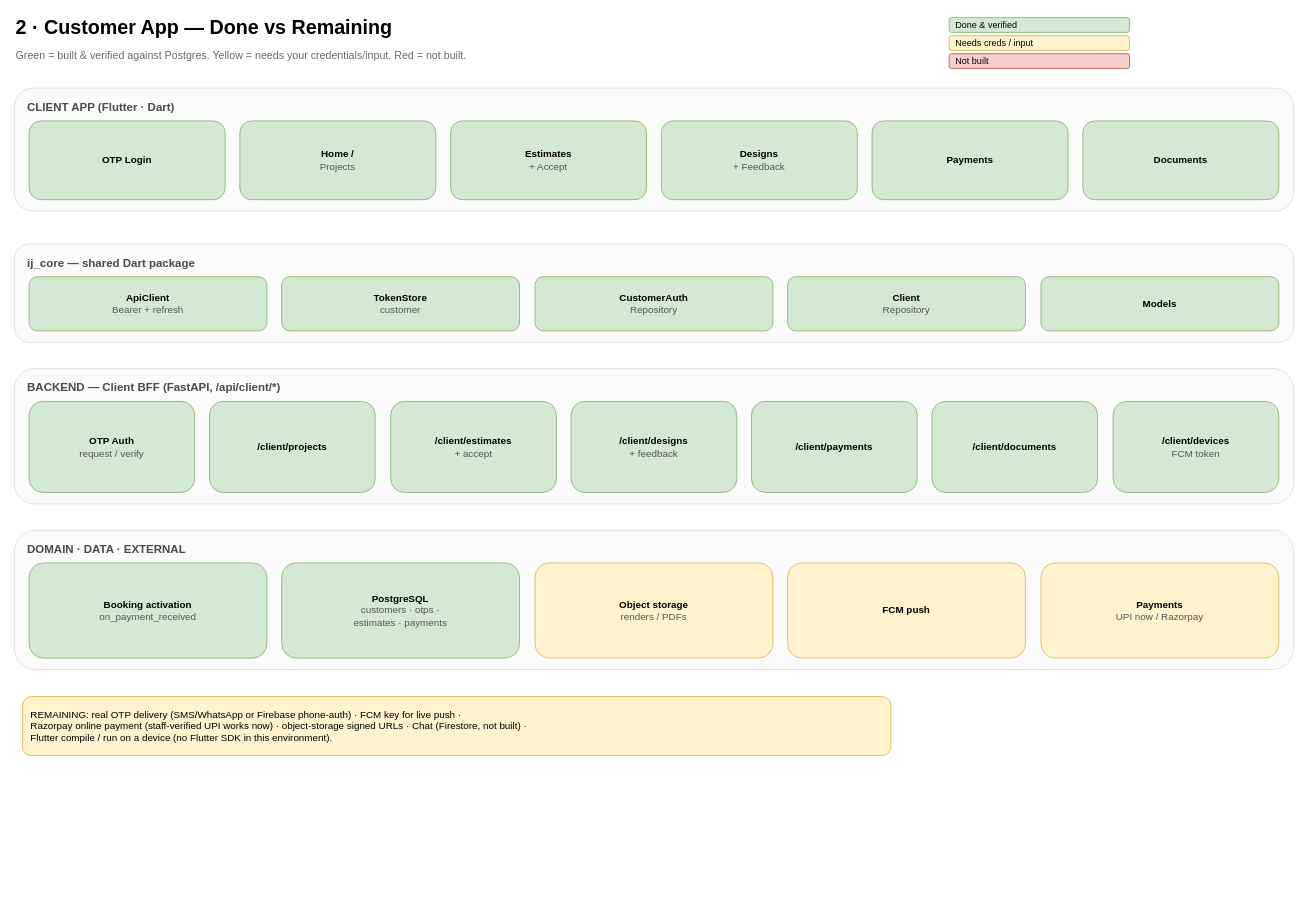
The draw.io diagram docs/mobile-apps/diagrams/2_customer_app_progress.drawio in yogeshpphl01/interio-junction-crm, before the edit. Source tidied: cells renumbered, new cells numbered last; positions are measured from the earlier drawing's top-left corner, leaving out a move shared by most shapes. Both pictures are drawn from the tidied source at 82%, with x=0, y=0 at pixel (14, 14).
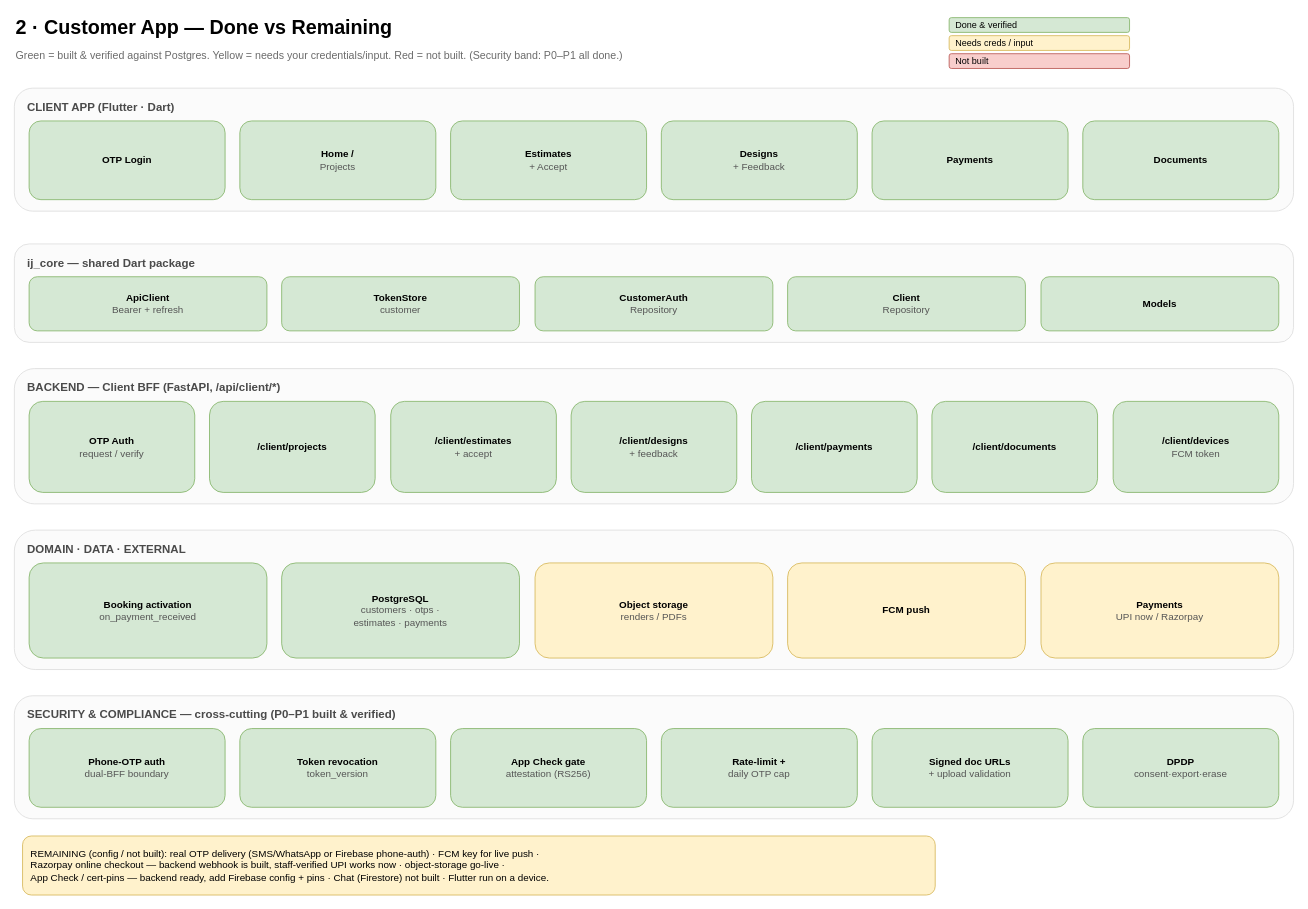
After the change.

Commit message (it also covers changes not shown here):
docs(diagrams): regenerate 4 architecture diagrams with the Security layer

What changed in the source:
```diff
@@
-    <mxCell id="3" value="Green = built &amp; verified against Postgres.  Yellow = needs your credentials/input.  Red = not built." style="text;html=1;fontSize=13;align=left;fontColor=#6B6B6B;" parent="1" vertex="1">
+    <mxCell id="3" value="Green = built &amp; verified against Postgres.  Yellow = needs your credentials/input.  Red = not built.  (Security band: P0–P1 all done.)" style="text;html=1;fontSize=13;align=left;fontColor=#6B6B6B;" parent="1" vertex="1">
       <mxGeometry y="36" width="1200" height="22" as="geometry" />
     </mxCell>
@@
-    <mxCell id="34" value="REMAINING:  real OTP delivery (SMS/WhatsApp or Firebase phone-auth) · FCM key for live push ·&#10;Razorpay online payment (staff-verified UPI works now) · object-storage signed URLs · Chat (Firestore, not built) ·&#10;Flutter compile / run on a device (no Flutter SDK in this environment)." style="rounded=1;whiteSpace=wrap;html=1;fillColor=#FFF2CC;strokeColor=#D6B656;align=left;spacingLeft=8;fontSize=12;" parent="1" vertex="1">
-      <mxGeometry x="10" y="832" width="1059" height="72" as="geometry" />
+    <mxCell id="34" value="SECURITY &amp; COMPLIANCE  —  cross-cutting (P0–P1 built &amp; verified)" style="rounded=1;fillColor=#FBFBFB;strokeColor=#DDDDDD;verticalAlign=top;align=left;spacingLeft=14;spacingTop=8;fontSize=14;fontStyle=1;fontColor=#4A4A4A;" parent="1" vertex="1">
+      <mxGeometry y="831" width="1560" height="150" as="geometry" />
     </mxCell>
+    <mxCell id="35" value="&lt;b&gt;Phone-OTP auth&lt;/b&gt;&lt;br&gt;&lt;font color=&quot;#555&quot;&gt;dual-BFF boundary&lt;/font&gt;" style="rounded=1;whiteSpace=wrap;html=1;fillColor=#D5E8D4;strokeColor=#82B366;fontSize=12;verticalAlign=middle;" parent="1" vertex="1">
+      <mxGeometry x="18" y="871" width="239" height="96" as="geometry" />
+    </mxCell>
+    <mxCell id="36" value="&lt;b&gt;Token revocation&lt;/b&gt;&lt;br&gt;&lt;font color=&quot;#555&quot;&gt;token_version&lt;/font&gt;" style="rounded=1;whiteSpace=wrap;html=1;fillColor=#D5E8D4;strokeColor=#82B366;fontSize=12;verticalAlign=middle;" parent="1" vertex="1">
+      <mxGeometry x="275" y="871" width="239" height="96" as="geometry" />
+    </mxCell>
+    <mxCell id="37" value="&lt;b&gt;App Check gate&lt;/b&gt;&lt;br&gt;&lt;font color=&quot;#555&quot;&gt;attestation (RS256)&lt;/font&gt;" style="rounded=1;whiteSpace=wrap;html=1;fillColor=#D5E8D4;strokeColor=#82B366;fontSize=12;verticalAlign=middle;" parent="1" vertex="1">
+      <mxGeometry x="532" y="871" width="239" height="96" as="geometry" />
+    </mxCell>
+    <mxCell id="38" value="&lt;b&gt;Rate-limit +&lt;/b&gt;&lt;br&gt;&lt;font color=&quot;#555&quot;&gt;daily OTP cap&lt;/font&gt;" style="rounded=1;whiteSpace=wrap;html=1;fillColor=#D5E8D4;strokeColor=#82B366;fontSize=12;verticalAlign=middle;" parent="1" vertex="1">
+      <mxGeometry x="789" y="871" width="239" height="96" as="geometry" />
+    </mxCell>
+    <mxCell id="39" value="&lt;b&gt;Signed doc URLs&lt;/b&gt;&lt;br&gt;&lt;font color=&quot;#555&quot;&gt;+ upload validation&lt;/font&gt;" style="rounded=1;whiteSpace=wrap;html=1;fillColor=#D5E8D4;strokeColor=#82B366;fontSize=12;verticalAlign=middle;" parent="1" vertex="1">
+      <mxGeometry x="1046" y="871" width="239" height="96" as="geometry" />
+    </mxCell>
+    <mxCell id="40" value="&lt;b&gt;DPDP&lt;/b&gt;&lt;br&gt;&lt;font color=&quot;#555&quot;&gt;consent·export·erase&lt;/font&gt;" style="rounded=1;whiteSpace=wrap;html=1;fillColor=#D5E8D4;strokeColor=#82B366;fontSize=12;verticalAlign=middle;" parent="1" vertex="1">
+      <mxGeometry x="1303" y="871" width="239" height="96" as="geometry" />
+    </mxCell>
+    <mxCell id="41" value="REMAINING (config / not built):  real OTP delivery (SMS/WhatsApp or Firebase phone-auth) · FCM key for live push ·&#10;Razorpay online checkout — backend webhook is built, staff-verified UPI works now · object-storage go-live ·&#10;App Check / cert-pins — backend ready, add Firebase config + pins · Chat (Firestore) not built · Flutter run on a device." style="rounded=1;whiteSpace=wrap;html=1;fillColor=#FFF2CC;strokeColor=#D6B656;align=left;spacingLeft=8;fontSize=12;" parent="1" vertex="1">
+      <mxGeometry x="10" y="1002" width="1113" height="72" as="geometry" />
+    </mxCell>
```
